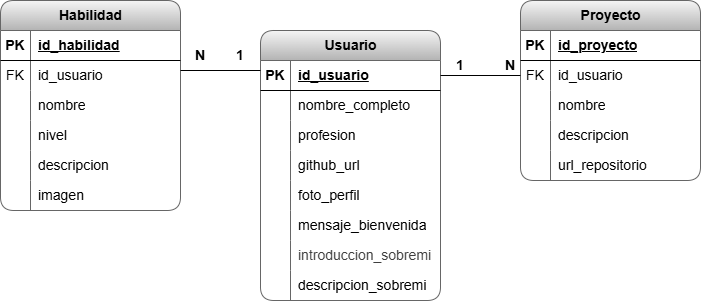
The draw.io diagram Portafolio/diagrams/erd.png in Juan-Cornejo/Kivy, before a commit. Source tidied: cells renumbered, new cells last; positions are measured from the earlier drawing's top-left corner, leaving out a move shared by most shapes.
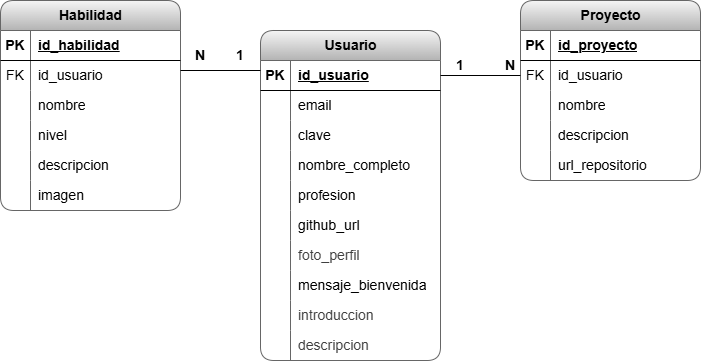
After the change.

Change to the diagram source:
```diff
@@ -3,7 +3,7 @@
     <mxCell id="0" />
     <mxCell id="1" parent="0" />
     <mxCell id="2" value="&lt;font style=&quot;font-size: 14px;&quot;&gt;Usuario&lt;/font&gt;" style="shape=table;startSize=30;rowLines=0;fontStyle=1;align=center;html=1;rounded=1;fillColor=#f5f5f5;gradientColor=#b3b3b3;strokeColor=#666666;" parent="1" vertex="1">
-      <mxGeometry x="260" y="30" width="180" height="270" as="geometry" />
+      <mxGeometry x="260" y="30" width="180" height="330" as="geometry" />
     </mxCell>
     <mxCell id="3" style="shape=tableRow;horizontal=0;startSize=0;swimlaneHead=0;swimlaneBody=0;fillColor=none;points=[[0,0.5],[1,0.5]];portConstraint=eastwest;top=0;left=0;right=0;bottom=1;rounded=1;" parent="2" vertex="1">
       <mxGeometry y="30" width="180" height="30" as="geometry" />
@@ -20,7 +20,7 @@
     <mxCell id="7" style="shape=partialRectangle;fillColor=none;top=0;left=0;bottom=0;right=0;overflow=hidden;whiteSpace=wrap;html=1;rounded=1;" parent="6" vertex="1">
       <mxGeometry width="30" height="30" as="geometry" />
     </mxCell>
-    <mxCell id="8" value="&lt;font style=&quot;font-size: 14px;&quot;&gt;nombre_completo&lt;/font&gt;" style="shape=partialRectangle;fillColor=none;top=0;left=0;bottom=0;right=0;align=left;spacingLeft=6;overflow=hidden;whiteSpace=wrap;html=1;rounded=1;" parent="6" vertex="1">
+    <mxCell id="8" value="&lt;span style=&quot;font-size: 14px;&quot;&gt;email&lt;/span&gt;" style="shape=partialRectangle;fillColor=none;top=0;left=0;bottom=0;right=0;align=left;spacingLeft=6;overflow=hidden;whiteSpace=wrap;html=1;rounded=1;" parent="6" vertex="1">
       <mxGeometry x="30" width="150" height="30" as="geometry" />
     </mxCell>
     <mxCell id="9" style="shape=tableRow;horizontal=0;startSize=0;swimlaneHead=0;swimlaneBody=0;fillColor=none;top=0;left=0;right=0;bottom=0;rounded=1;" parent="2" vertex="1">
@@ -29,7 +29,7 @@
     <mxCell id="10" style="shape=partialRectangle;fillColor=none;top=0;left=0;bottom=0;right=0;overflow=hidden;whiteSpace=wrap;html=1;rounded=1;" parent="9" vertex="1">
       <mxGeometry width="30" height="30" as="geometry" />
     </mxCell>
-    <mxCell id="11" value="&lt;font style=&quot;font-size: 14px;&quot;&gt;profesion&lt;/font&gt;" style="shape=partialRectangle;fillColor=none;top=0;left=0;bottom=0;right=0;align=left;spacingLeft=6;overflow=hidden;whiteSpace=wrap;html=1;rounded=1;" parent="9" vertex="1">
+    <mxCell id="11" value="&lt;span style=&quot;font-size: 14px;&quot;&gt;clave&lt;/span&gt;" style="shape=partialRectangle;fillColor=none;top=0;left=0;bottom=0;right=0;align=left;spacingLeft=6;overflow=hidden;whiteSpace=wrap;html=1;rounded=1;" parent="9" vertex="1">
       <mxGeometry x="30" width="150" height="30" as="geometry" />
     </mxCell>
     <mxCell id="12" style="shape=tableRow;horizontal=0;startSize=0;swimlaneHead=0;swimlaneBody=0;fillColor=none;top=0;left=0;right=0;bottom=0;rounded=1;" parent="2" vertex="1">
@@ -38,7 +38,7 @@
     <mxCell id="13" style="shape=partialRectangle;fillColor=none;top=0;left=0;bottom=0;right=0;overflow=hidden;whiteSpace=wrap;html=1;rounded=1;" parent="12" vertex="1">
       <mxGeometry width="30" height="30" as="geometry" />
     </mxCell>
-    <mxCell id="14" value="&lt;font style=&quot;font-size: 14px;&quot;&gt;github_url&lt;/font&gt;" style="shape=partialRectangle;fillColor=none;top=0;left=0;bottom=0;right=0;align=left;spacingLeft=6;overflow=hidden;whiteSpace=wrap;html=1;rounded=1;" parent="12" vertex="1">
+    <mxCell id="14" value="&lt;span style=&quot;font-size: 14px;&quot;&gt;nombre_completo&lt;/span&gt;" style="shape=partialRectangle;fillColor=none;top=0;left=0;bottom=0;right=0;align=left;spacingLeft=6;overflow=hidden;whiteSpace=wrap;html=1;rounded=1;" parent="12" vertex="1">
       <mxGeometry x="30" width="150" height="30" as="geometry" />
     </mxCell>
     <mxCell id="15" style="shape=tableRow;horizontal=0;startSize=0;swimlaneHead=0;swimlaneBody=0;fillColor=none;top=0;left=0;right=0;bottom=0;rounded=1;" parent="2" vertex="1">
@@ -47,7 +47,7 @@
     <mxCell id="16" style="shape=partialRectangle;fillColor=none;top=0;left=0;bottom=0;right=0;overflow=hidden;whiteSpace=wrap;html=1;rounded=1;" parent="15" vertex="1">
       <mxGeometry width="30" height="30" as="geometry" />
     </mxCell>
-    <mxCell id="17" value="&lt;font style=&quot;font-size: 14px;&quot;&gt;foto_perfil&lt;/font&gt;" style="shape=partialRectangle;fillColor=none;top=0;left=0;bottom=0;right=0;align=left;spacingLeft=6;overflow=hidden;whiteSpace=wrap;html=1;rounded=1;" parent="15" vertex="1">
+    <mxCell id="17" value="&lt;font style=&quot;font-size: 14px;&quot;&gt;profesion&lt;/font&gt;" style="shape=partialRectangle;fillColor=none;top=0;left=0;bottom=0;right=0;align=left;spacingLeft=6;overflow=hidden;whiteSpace=wrap;html=1;rounded=1;" parent="15" vertex="1">
       <mxGeometry x="30" width="150" height="30" as="geometry" />
     </mxCell>
     <mxCell id="18" style="shape=tableRow;horizontal=0;startSize=0;swimlaneHead=0;swimlaneBody=0;fillColor=none;top=0;left=0;right=0;bottom=0;rounded=1;" parent="2" vertex="1">
@@ -56,7 +56,7 @@
     <mxCell id="19" style="shape=partialRectangle;fillColor=none;top=0;left=0;bottom=0;right=0;overflow=hidden;whiteSpace=wrap;html=1;rounded=1;" parent="18" vertex="1">
       <mxGeometry width="30" height="30" as="geometry" />
     </mxCell>
-    <mxCell id="20" value="&lt;span style=&quot;font-size: 14px;&quot;&gt;mensaje_bienvenida&lt;/span&gt;" style="shape=partialRectangle;fillColor=none;top=0;left=0;bottom=0;right=0;align=left;spacingLeft=6;overflow=hidden;whiteSpace=wrap;html=1;rounded=1;" parent="18" vertex="1">
+    <mxCell id="20" value="&lt;span style=&quot;font-size: 14px;&quot;&gt;github_url&lt;/span&gt;" style="shape=partialRectangle;fillColor=none;top=0;left=0;bottom=0;right=0;align=left;spacingLeft=6;overflow=hidden;whiteSpace=wrap;html=1;rounded=1;" parent="18" vertex="1">
       <mxGeometry x="30" width="150" height="30" as="geometry" />
     </mxCell>
     <mxCell id="21" style="shape=tableRow;horizontal=0;startSize=0;swimlaneHead=0;swimlaneBody=0;fillColor=none;top=0;left=0;right=0;bottom=0;rounded=1;" parent="2" vertex="1">
@@ -65,7 +65,7 @@
     <mxCell id="22" style="shape=partialRectangle;fillColor=none;top=0;left=0;bottom=0;right=0;overflow=hidden;whiteSpace=wrap;html=1;rounded=1;" parent="21" vertex="1">
       <mxGeometry width="30" height="30" as="geometry" />
     </mxCell>
-    <mxCell id="23" value="&lt;span style=&quot;color: rgb(63, 63, 63); font-size: 14px;&quot;&gt;introduccion_sobremi&lt;/span&gt;" style="shape=partialRectangle;fillColor=none;top=0;left=0;bottom=0;right=0;align=left;spacingLeft=6;overflow=hidden;whiteSpace=wrap;html=1;rounded=1;" parent="21" vertex="1">
+    <mxCell id="23" value="&lt;span style=&quot;color: rgb(63, 63, 63); font-size: 14px;&quot;&gt;foto_perfil&lt;/span&gt;" style="shape=partialRectangle;fillColor=none;top=0;left=0;bottom=0;right=0;align=left;spacingLeft=6;overflow=hidden;whiteSpace=wrap;html=1;rounded=1;" parent="21" vertex="1">
       <mxGeometry x="30" width="150" height="30" as="geometry" />
     </mxCell>
     <mxCell id="24" style="shape=tableRow;horizontal=0;startSize=0;swimlaneHead=0;swimlaneBody=0;fillColor=none;top=0;left=0;right=0;bottom=0;rounded=1;" parent="2" vertex="1">
@@ -74,9 +74,27 @@
     <mxCell id="25" style="shape=partialRectangle;fillColor=none;top=0;left=0;bottom=0;right=0;overflow=hidden;whiteSpace=wrap;html=1;rounded=1;" parent="24" vertex="1">
       <mxGeometry width="30" height="30" as="geometry" />
     </mxCell>
-    <mxCell id="26" value="&lt;font style=&quot;font-size: 14px;&quot;&gt;descripcion_sobremi&lt;/font&gt;" style="shape=partialRectangle;fillColor=none;top=0;left=0;bottom=0;right=0;align=left;spacingLeft=6;overflow=hidden;whiteSpace=wrap;html=1;rounded=1;" parent="24" vertex="1">
+    <mxCell id="26" value="&lt;font style=&quot;font-size: 14px;&quot;&gt;mensaje_bienvenida&lt;/font&gt;" style="shape=partialRectangle;fillColor=none;top=0;left=0;bottom=0;right=0;align=left;spacingLeft=6;overflow=hidden;whiteSpace=wrap;html=1;rounded=1;" parent="24" vertex="1">
       <mxGeometry x="30" width="150" height="30" as="geometry" />
     </mxCell>
+    <mxCell id="68" style="shape=tableRow;horizontal=0;startSize=0;swimlaneHead=0;swimlaneBody=0;fillColor=none;top=0;left=0;right=0;bottom=0;rounded=1;" parent="2" vertex="1">
+      <mxGeometry y="270" width="180" height="30" as="geometry" />
+    </mxCell>
+    <mxCell id="69" style="shape=partialRectangle;fillColor=none;top=0;left=0;bottom=0;right=0;overflow=hidden;whiteSpace=wrap;html=1;rounded=1;" parent="68" vertex="1">
+      <mxGeometry width="30" height="30" as="geometry" />
+    </mxCell>
+    <mxCell id="70" value="&lt;span style=&quot;color: rgb(63, 63, 63); font-size: 14px;&quot;&gt;introduccion&lt;/span&gt;" style="shape=partialRectangle;fillColor=none;top=0;left=0;bottom=0;right=0;align=left;spacingLeft=6;overflow=hidden;whiteSpace=wrap;html=1;rounded=1;" parent="68" vertex="1">
+      <mxGeometry x="30" width="150" height="30" as="geometry" />
+    </mxCell>
+    <mxCell id="71" style="shape=tableRow;horizontal=0;startSize=0;swimlaneHead=0;swimlaneBody=0;fillColor=none;top=0;left=0;right=0;bottom=0;rounded=1;" parent="2" vertex="1">
+      <mxGeometry y="300" width="180" height="30" as="geometry" />
+    </mxCell>
+    <mxCell id="72" style="shape=partialRectangle;fillColor=none;top=0;left=0;bottom=0;right=0;overflow=hidden;whiteSpace=wrap;html=1;rounded=1;" parent="71" vertex="1">
+      <mxGeometry width="30" height="30" as="geometry" />
+    </mxCell>
+    <mxCell id="73" value="&lt;span style=&quot;color: rgb(63, 63, 63); font-size: 14px;&quot;&gt;descripcion&lt;/span&gt;" style="shape=partialRectangle;fillColor=none;top=0;left=0;bottom=0;right=0;align=left;spacingLeft=6;overflow=hidden;whiteSpace=wrap;html=1;rounded=1;" parent="71" vertex="1">
+      <mxGeometry x="30" width="150" height="30" as="geometry" />
+    </mxCell>
     <mxCell id="27" value="&lt;font style=&quot;font-size: 14px;&quot;&gt;Proyecto&lt;/font&gt;" style="shape=table;startSize=30;rowLines=0;fontStyle=1;align=center;html=1;rounded=1;fillColor=#f5f5f5;gradientColor=#b3b3b3;strokeColor=#666666;" parent="1" vertex="1">
       <mxGeometry x="520" width="180" height="180" as="geometry" />
     </mxCell>
```
